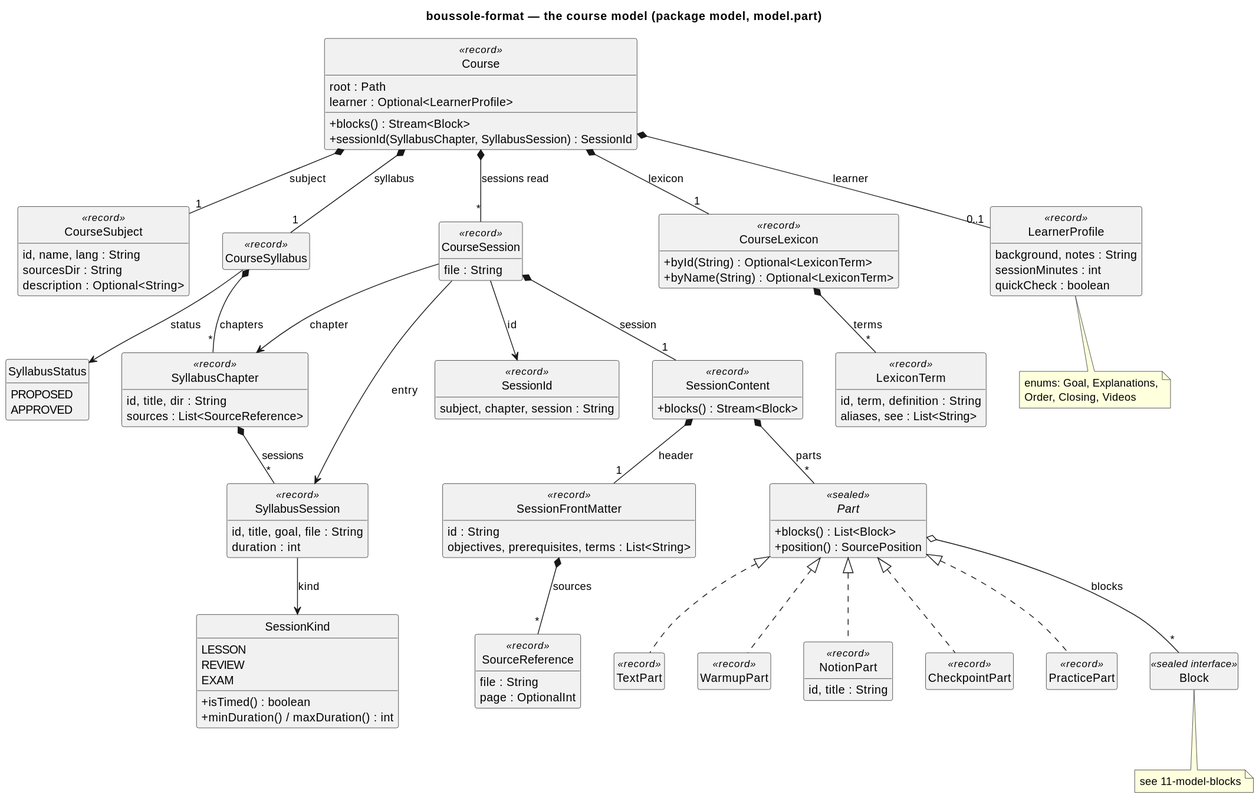
lucasssoh/Boussole keeps this PlantUML diagram as docs/diagrams/10-model-course.svg. Above is the earlier version.
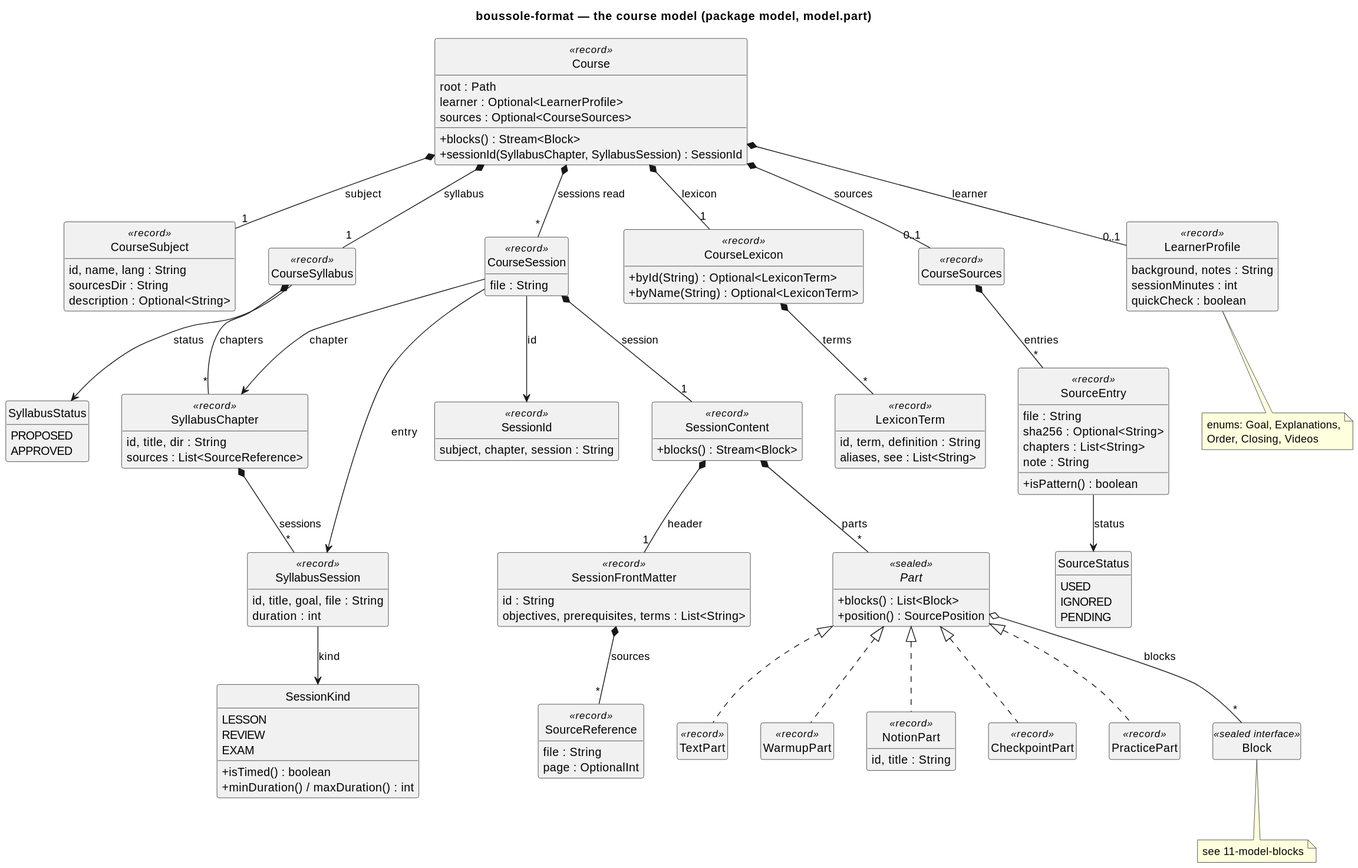
Later version of the same file.

The edit, as a diff of the source:
```diff
@@ -10,6 +10,7 @@
 class Course <<record>> {
   root : Path
   learner : Optional<LearnerProfile>
+  sources : Optional<CourseSources>
   +blocks() : Stream<Block>
   +sessionId(SyllabusChapter, SyllabusSession) : SessionId
 }
@@ -48,6 +49,19 @@
 class LexiconTerm <<record>> {
   id, term, definition : String
   aliases, see : List<String>
+}
+class CourseSources <<record>>
+class SourceEntry <<record>> {
+  file : String
+  sha256 : Optional<String>
+  chapters : List<String>
+  note : String
+  +isPattern() : boolean
+}
+enum SourceStatus {
+  USED
+  IGNORED
+  PENDING
 }
 class LearnerProfile <<record>> {
   background, notes : String
@@ -89,6 +103,9 @@
 Course *-- "1" CourseSyllabus : syllabus
 Course *-- "1" CourseLexicon : lexicon
 Course *-- "0..1" LearnerProfile : learner
+Course *-- "0..1" CourseSources : sources
+CourseSources *-- "*" SourceEntry : entries
+SourceEntry --> SourceStatus : status
 Course *-- "*" CourseSession : sessions read
 CourseSyllabus *-- "*" SyllabusChapter : chapters
 CourseSyllabus --> SyllabusStatus : status
```
